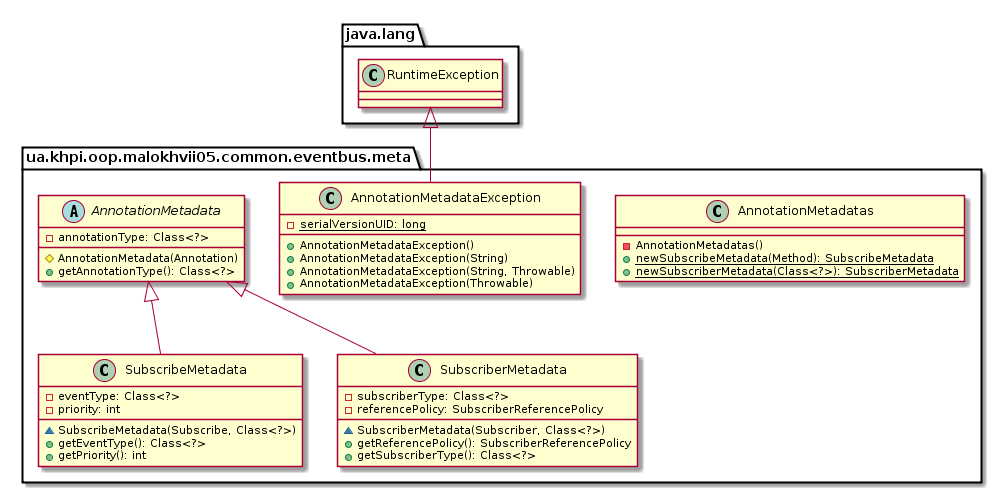
Above: malokhvii-eduard/malokhvii05/doc/plantuml/png/ua.khpi.oop.malokhvii05.common.eventbus.meta.package.png in P-Kalin/kit26a (PlantUML), before the change.
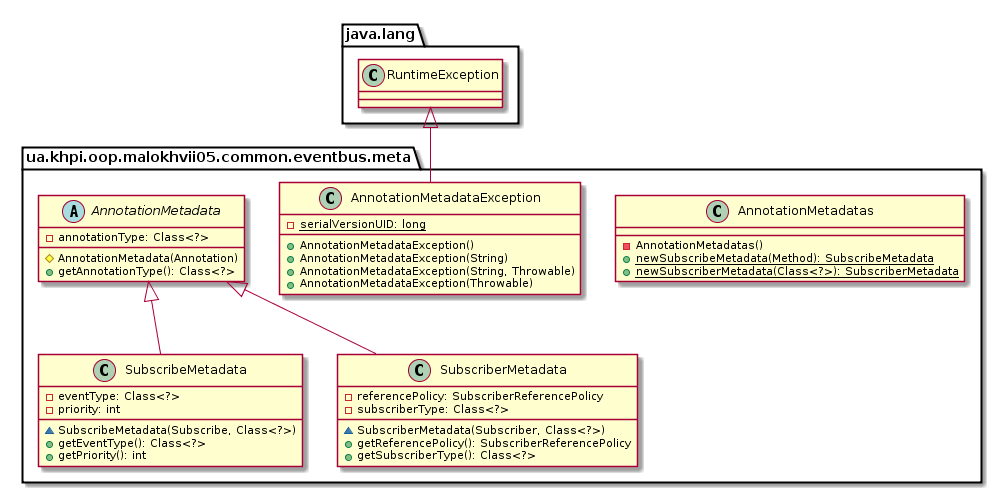
After the change.

Diff of the diagram source:
```diff
@@ -31,8 +31,8 @@
         }
 
         class SubscriberMetadata {
+            -referencePolicy: SubscriberReferencePolicy
             -subscriberType: Class<?>
-            -referencePolicy: SubscriberReferencePolicy
             ~SubscriberMetadata(Subscriber, Class<?>)
             +getReferencePolicy(): SubscriberReferencePolicy
             +getSubscriberType(): Class<?>
```
